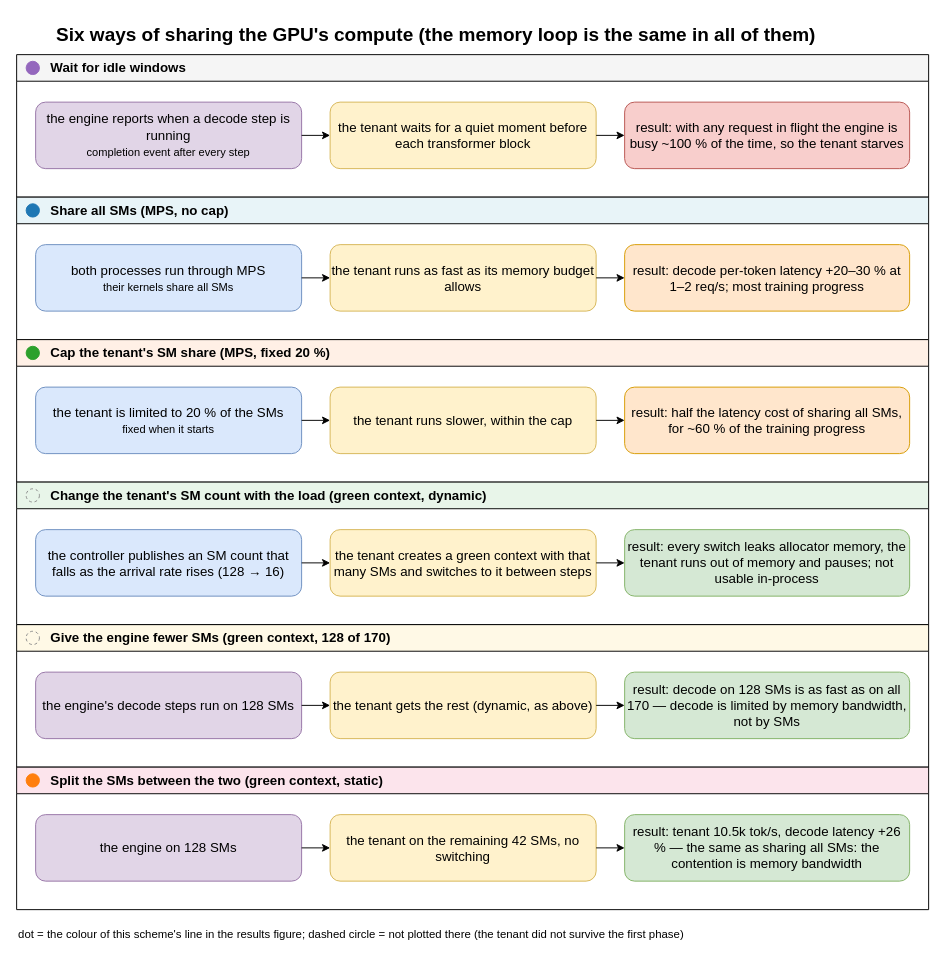
Earlier version of the draw.io diagram coloc_adjust/diagrams/04_compute_sharing.drawio (852866031/cuda-schedule-project). Source tidied: cells renumbered, new cells numbered last; positions are measured from the earlier drawing's top-left corner, leaving out a move shared by most shapes. Both pictures are drawn from the tidied source at 95%, with x=0, y=0 at pixel (16, 16).
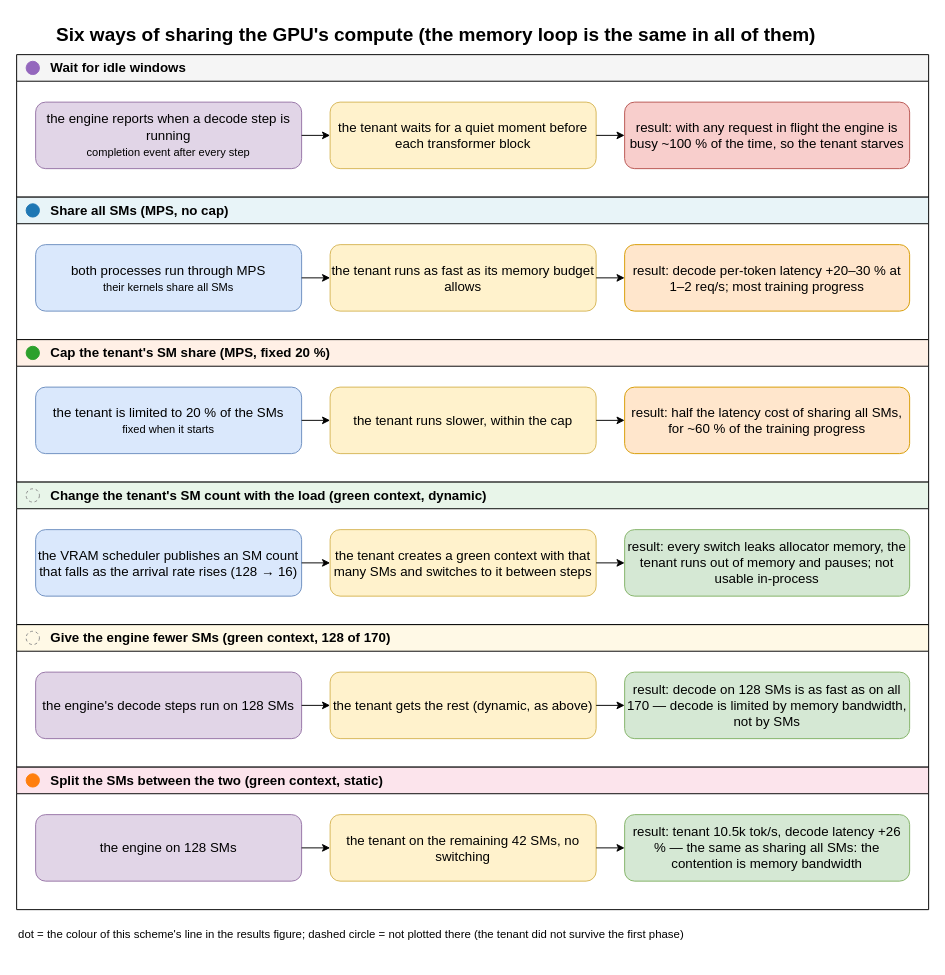
After the change.

Unchanged cells that the change refers to:
```xml
<mxCell id="15" value="Change the tenant's SM count with the load (green context, dynamic)" style="swimlane;horizontal=1;startSize=28;fontStyle=1;align=left;spacingLeft=34;fillColor=#e8f5e9;html=1;fontSize=14;" parent="1" vertex="1">
  <mxGeometry y="490" width="960" height="150" as="geometry" />
</mxCell>
```

Change to the diagram source:
```diff
@@
-    <mxCell id="16" value="the controller publishes an SM count that falls as the arrival rate rises (128 → 16)" style="rounded=1;whiteSpace=wrap;html=1;fontSize=14;fillColor=#dae8fc;strokeColor=#6c8ebf;" parent="15" vertex="1">
+    <mxCell id="16" value="the VRAM scheduler publishes an SM count that falls as the arrival rate rises (128 → 16)" style="rounded=1;whiteSpace=wrap;html=1;fontSize=14;fillColor=#dae8fc;strokeColor=#6c8ebf;" parent="15" vertex="1">
       <mxGeometry x="20" y="50" width="280" height="70" as="geometry" />
     </mxCell>
```
